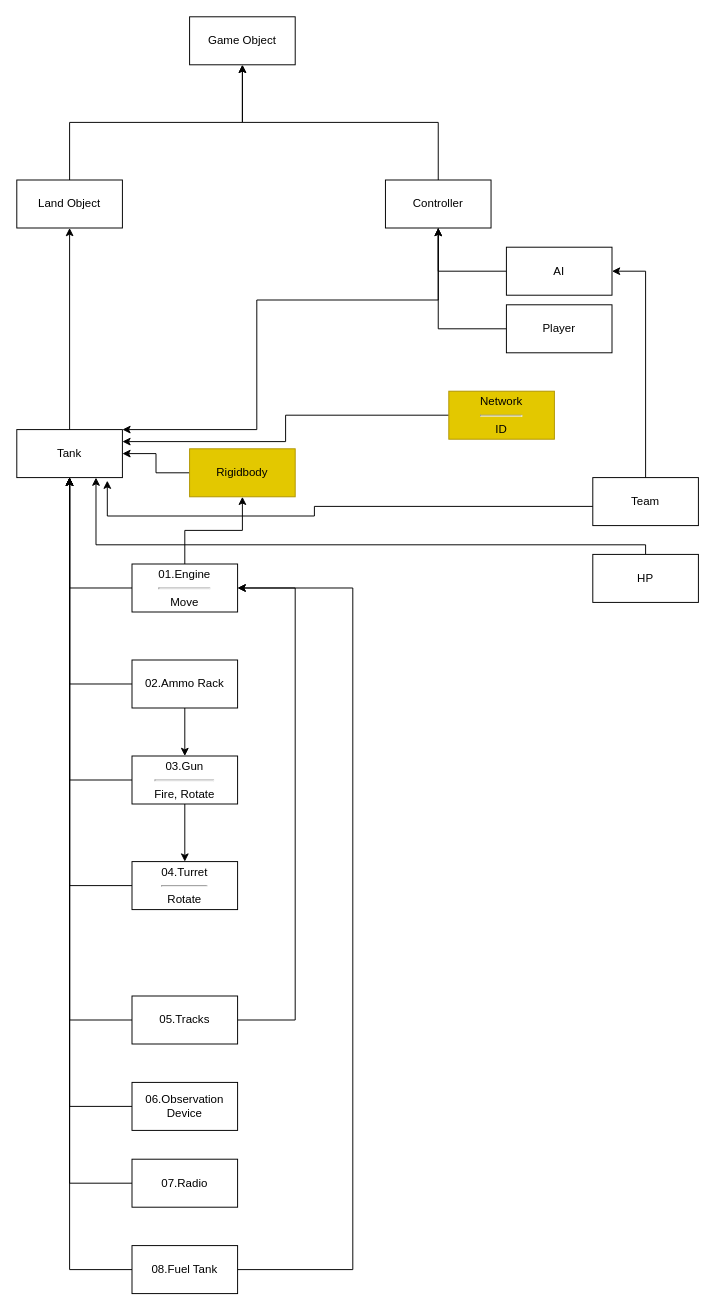
Before: 숙제/7개월차_3D/World of Tank/World of Tank.drawio in nevido2042/JUSIN_STUDY, a draw.io diagram. Source tidied: cells renumbered, new cells numbered last; positions are measured from the earlier drawing's top-left corner, leaving out a move shared by most shapes. Both pictures are drawn from the tidied source at 96%, with x=0, y=0 at pixel (16, 16).
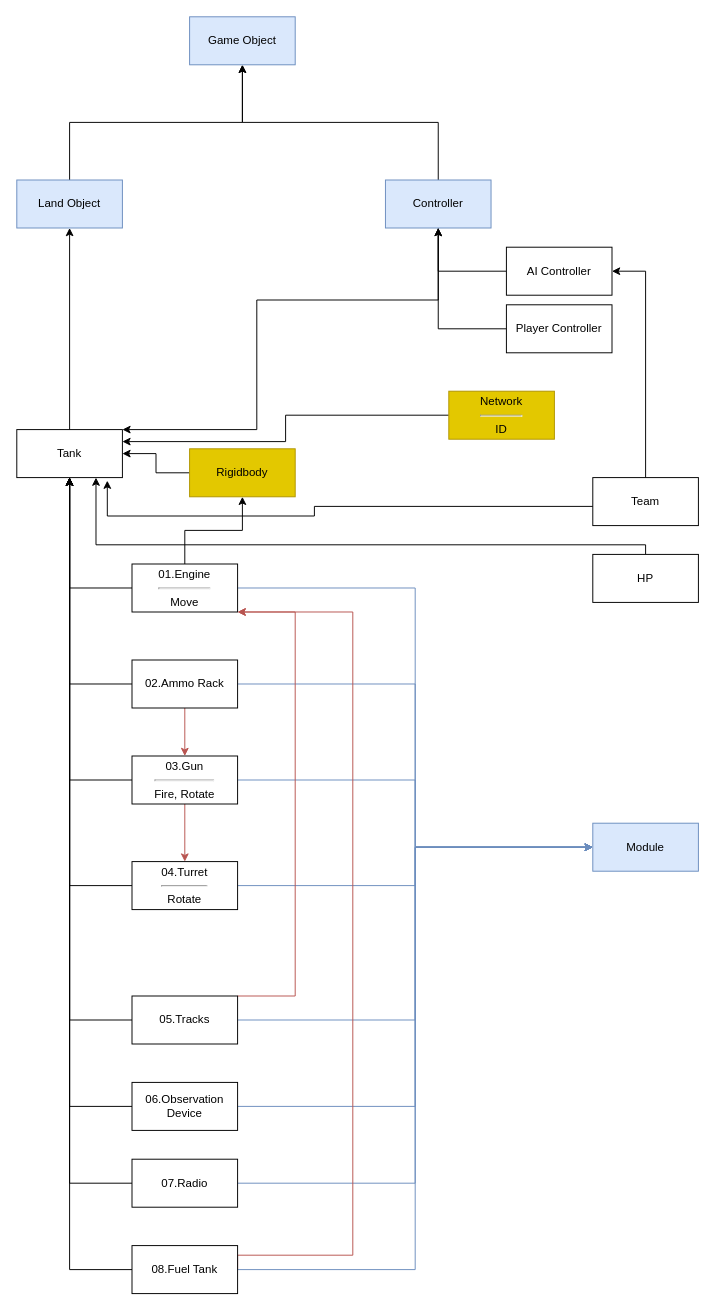
The same diagram, later.

The change refers to these unchanged cells:
```xml
<mxCell id="6" value="02.Ammo Rack" style="html=1;whiteSpace=wrap;" parent="1" vertex="1">
  <mxGeometry x="120" y="670" width="110" height="50" as="geometry" />
</mxCell>
<mxCell id="9" value="03.Gun&lt;hr&gt;Fire,&amp;nbsp;&lt;span style=&quot;background-color: transparent; color: light-dark(rgb(0, 0, 0), rgb(255, 255, 255));&quot;&gt;Rotate&lt;/span&gt;" style="html=1;whiteSpace=wrap;" parent="1" vertex="1">
  <mxGeometry x="120" y="770" width="110" height="50" as="geometry" />
</mxCell>
<mxCell id="13" value="01.Engine&lt;hr&gt;Move" style="html=1;whiteSpace=wrap;" parent="1" vertex="1">
  <mxGeometry x="120" y="570" width="110" height="50" as="geometry" />
</mxCell>
<mxCell id="15" value="07.Radio" style="html=1;whiteSpace=wrap;" parent="1" vertex="1">
  <mxGeometry x="120" y="1190" width="110" height="50" as="geometry" />
</mxCell>
<mxCell id="17" value="04.Turret&lt;hr&gt;Rotate" style="html=1;whiteSpace=wrap;" parent="1" vertex="1">
  <mxGeometry x="120" y="880" width="110" height="50" as="geometry" />
</mxCell>
<mxCell id="20" value="05.Tracks" style="html=1;whiteSpace=wrap;" parent="1" vertex="1">
  <mxGeometry x="120" y="1020" width="110" height="50" as="geometry" />
</mxCell>
<mxCell id="22" value="06.Observation Device" style="html=1;whiteSpace=wrap;" parent="1" vertex="1">
  <mxGeometry x="120" y="1110" width="110" height="50" as="geometry" />
</mxCell>
<mxCell id="25" value="08.Fuel Tank" style="html=1;whiteSpace=wrap;" parent="1" vertex="1">
  <mxGeometry x="120" y="1280" width="110" height="50" as="geometry" />
</mxCell>
```

Change to the diagram source:
```diff
@@
-    <mxCell id="5" style="edgeStyle=orthogonalEdgeStyle;rounded=0;jettySize=auto;html=1;entryX=0.5;entryY=0;entryDx=0;entryDy=0;" parent="1" edge="1" source="6" target="9">
+    <mxCell id="5" style="edgeStyle=orthogonalEdgeStyle;rounded=0;jettySize=auto;html=1;entryX=0.5;entryY=0;entryDx=0;entryDy=0;fillColor=#f8cecc;strokeColor=#b85450;" parent="1" edge="1" source="6" target="9">
       <mxGeometry relative="1" as="geometry" />
     </mxCell>
+    <mxCell id="45" style="edgeStyle=orthogonalEdgeStyle;rounded=0;jettySize=auto;html=1;entryX=0;entryY=0.5;entryDx=0;entryDy=0;fillColor=#dae8fc;strokeColor=#6c8ebf;" parent="1" edge="1" source="6" target="53">
+      <mxGeometry relative="1" as="geometry" />
+    </mxCell>
@@
-    <mxCell id="8" style="edgeStyle=orthogonalEdgeStyle;rounded=0;jettySize=auto;html=1;exitX=0.5;exitY=1;exitDx=0;exitDy=0;entryX=0.5;entryY=0;entryDx=0;entryDy=0;" parent="1" edge="1" source="9" target="17">
+    <mxCell id="8" style="edgeStyle=orthogonalEdgeStyle;rounded=0;jettySize=auto;html=1;exitX=0.5;exitY=1;exitDx=0;exitDy=0;entryX=0.5;entryY=0;entryDx=0;entryDy=0;fillColor=#f8cecc;strokeColor=#b85450;" parent="1" edge="1" source="9" target="17">
       <mxGeometry relative="1" as="geometry" />
     </mxCell>
+    <mxCell id="46" style="edgeStyle=orthogonalEdgeStyle;rounded=0;jettySize=auto;html=1;entryX=0;entryY=0.5;entryDx=0;entryDy=0;fillColor=#dae8fc;strokeColor=#6c8ebf;" parent="1" edge="1" source="9" target="53">
+      <mxGeometry relative="1" as="geometry" />
+    </mxCell>
@@
+    <mxCell id="47" style="edgeStyle=orthogonalEdgeStyle;rounded=0;jettySize=auto;html=1;entryX=0;entryY=0.5;entryDx=0;entryDy=0;fillColor=#dae8fc;strokeColor=#6c8ebf;" parent="1" edge="1" source="13" target="53">
+      <mxGeometry relative="1" as="geometry" />
+    </mxCell>
@@
+    <mxCell id="48" style="edgeStyle=orthogonalEdgeStyle;rounded=0;jettySize=auto;html=1;entryX=0;entryY=0.5;entryDx=0;entryDy=0;fillColor=#dae8fc;strokeColor=#6c8ebf;" parent="1" edge="1" source="15" target="53">
+      <mxGeometry relative="1" as="geometry" />
+    </mxCell>
@@
+    <mxCell id="49" style="edgeStyle=orthogonalEdgeStyle;rounded=0;jettySize=auto;html=1;entryX=0;entryY=0.5;entryDx=0;entryDy=0;fillColor=#dae8fc;strokeColor=#6c8ebf;" parent="1" edge="1" source="17" target="53">
+      <mxGeometry relative="1" as="geometry" />
+    </mxCell>
@@
-    <mxCell id="19" style="edgeStyle=orthogonalEdgeStyle;rounded=0;jettySize=auto;html=1;exitX=1;exitY=0.5;exitDx=0;exitDy=0;entryX=1;entryY=0.5;entryDx=0;entryDy=0;" parent="1" edge="1" source="20" target="13">
+    <mxCell id="19" style="edgeStyle=orthogonalEdgeStyle;rounded=0;jettySize=auto;html=1;exitX=1;exitY=0;exitDx=0;exitDy=0;entryX=1;entryY=1;entryDx=0;entryDy=0;fillColor=#f8cecc;strokeColor=#b85450;" parent="1" edge="1" source="20" target="13">
       <mxGeometry relative="1" as="geometry">
         <Array as="points">
-          <mxPoint x="290" y="1045" />
-          <mxPoint x="290" y="595" />
+          <mxPoint x="290" y="1020" />
+          <mxPoint x="290" y="620" />
         </Array>
       </mxGeometry>
     </mxCell>
+    <mxCell id="50" style="edgeStyle=orthogonalEdgeStyle;rounded=0;jettySize=auto;html=1;entryX=0;entryY=0.5;entryDx=0;entryDy=0;fillColor=#dae8fc;strokeColor=#6c8ebf;" parent="1" edge="1" source="20" target="53">
+      <mxGeometry relative="1" as="geometry" />
+    </mxCell>
@@
+    <mxCell id="51" style="edgeStyle=orthogonalEdgeStyle;rounded=0;jettySize=auto;html=1;entryX=0;entryY=0.5;entryDx=0;entryDy=0;fillColor=#dae8fc;strokeColor=#6c8ebf;" parent="1" edge="1" source="22" target="53">
+      <mxGeometry relative="1" as="geometry" />
+    </mxCell>
@@
-    <mxCell id="24" style="edgeStyle=orthogonalEdgeStyle;rounded=0;jettySize=auto;html=1;exitX=1;exitY=0.5;exitDx=0;exitDy=0;entryX=1;entryY=0.5;entryDx=0;entryDy=0;" parent="1" edge="1" source="25" target="13">
+    <mxCell id="24" style="edgeStyle=orthogonalEdgeStyle;rounded=0;jettySize=auto;html=1;exitX=1;exitY=0.5;exitDx=0;exitDy=0;entryX=1;entryY=1;entryDx=0;entryDy=0;fillColor=#f8cecc;strokeColor=#b85450;" parent="1" edge="1" source="25" target="13">
       <mxGeometry relative="1" as="geometry">
         <Array as="points">
-          <mxPoint x="350" y="1305" />
-          <mxPoint x="350" y="595" />
+          <mxPoint x="230" y="1290" />
+          <mxPoint x="350" y="1290" />
+          <mxPoint x="350" y="620" />
         </Array>
       </mxGeometry>
     </mxCell>
+    <mxCell id="52" style="edgeStyle=orthogonalEdgeStyle;rounded=0;jettySize=auto;html=1;entryX=0;entryY=0.5;entryDx=0;entryDy=0;fillColor=#dae8fc;strokeColor=#6c8ebf;" parent="1" edge="1" source="25" target="53">
+      <mxGeometry relative="1" as="geometry" />
+    </mxCell>
@@
-    <mxCell id="27" value="Land Object" style="html=1;whiteSpace=wrap;" parent="1" vertex="1">
+    <mxCell id="27" value="Land Object" style="html=1;whiteSpace=wrap;fillColor=#dae8fc;strokeColor=#6c8ebf;" parent="1" vertex="1">
       <mxGeometry y="170" width="110" height="50" as="geometry" />
     </mxCell>
@@
-    <mxCell id="32" value="Controller" style="html=1;whiteSpace=wrap;comic=0;strokeColor=default;align=center;verticalAlign=middle;fontFamily=Helvetica;fontSize=12;fontColor=default;fillColor=default;" parent="1" vertex="1">
+    <mxCell id="32" value="Controller" style="html=1;whiteSpace=wrap;comic=0;strokeColor=#6c8ebf;align=center;verticalAlign=middle;fontFamily=Helvetica;fontSize=12;fillColor=#dae8fc;" parent="1" vertex="1">
       <mxGeometry x="384" y="170" width="110" height="50" as="geometry" />
     </mxCell>
@@
-    <mxCell id="34" value="AI" style="html=1;whiteSpace=wrap;comic=0;strokeColor=default;align=center;verticalAlign=middle;fontFamily=Helvetica;fontSize=12;fontColor=default;fillColor=default;" parent="1" vertex="1">
+    <mxCell id="34" value="AI Controller" style="html=1;whiteSpace=wrap;comic=0;strokeColor=default;align=center;verticalAlign=middle;fontFamily=Helvetica;fontSize=12;fontColor=default;fillColor=default;" parent="1" vertex="1">
       <mxGeometry x="510" y="240" width="110" height="50" as="geometry" />
     </mxCell>
@@
-    <mxCell id="36" value="Player" style="html=1;whiteSpace=wrap;comic=0;strokeColor=default;align=center;verticalAlign=middle;fontFamily=Helvetica;fontSize=12;fontColor=default;fillColor=default;" parent="1" vertex="1">
+    <mxCell id="36" value="Player Controller" style="html=1;whiteSpace=wrap;comic=0;strokeColor=default;align=center;verticalAlign=middle;fontFamily=Helvetica;fontSize=12;fontColor=default;fillColor=default;" parent="1" vertex="1">
       <mxGeometry x="510" y="300" width="110" height="50" as="geometry" />
     </mxCell>
@@
-    <mxCell id="42" value="Game Object" style="html=1;whiteSpace=wrap;comic=0;strokeColor=default;align=center;verticalAlign=middle;fontFamily=Helvetica;fontSize=12;fontColor=default;fillColor=default;" parent="1" vertex="1">
+    <mxCell id="42" value="Game Object" style="html=1;whiteSpace=wrap;comic=0;strokeColor=#6c8ebf;align=center;verticalAlign=middle;fontFamily=Helvetica;fontSize=12;fillColor=#dae8fc;" parent="1" vertex="1">
       <mxGeometry x="180" width="110" height="50" as="geometry" />
     </mxCell>
@@
+    <mxCell id="53" value="Module" style="html=1;whiteSpace=wrap;comic=0;strokeColor=#6c8ebf;align=center;verticalAlign=middle;fontFamily=Helvetica;fontSize=12;fillColor=#dae8fc;" parent="1" vertex="1">
+      <mxGeometry x="600" y="840" width="110" height="50" as="geometry" />
+    </mxCell>
```
